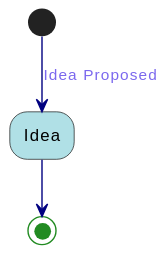
The PlantUML diagram docs/uml/format_webinar.svg in Idea-Pool/topics, before a commit.
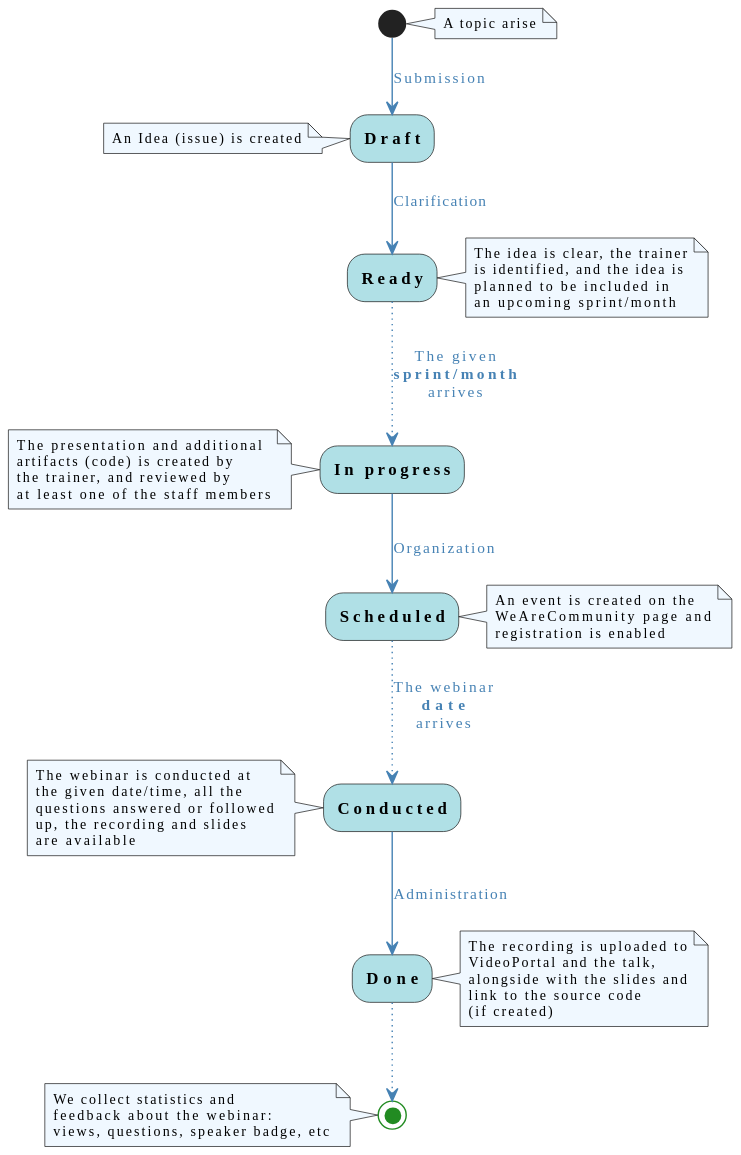
Above is the later version.

What changed in the source:
```diff
@@ -1,12 +1,71 @@
 @startuml
+skinparam defaultFontName Ubuntu Light
+skinparam backgroundColor transparent
+
 skinparam activity {
     BackgroundColor PowderBlue
-    ArrowColor Navy
-    ArrowFontColor MediumSlateBlue
+    StartColor ForestGreen
     EndColor ForestGreen
+    FontStyle bold
 }
 
-(*) -->[Idea Proposed] Idea
+skinparam arrow {
+    Color SteelBlue
+    FontColor SteelBlue
+}
 
-Idea --> (*)
+skinparam note {
+    BackgroundColor AliceBlue
+    FontSize 10
+}
+
+note right
+    A topic arise
+end note
+(*) -->[Submission] Draft
+note left
+    An Idea (issue) is created
+end note
+-->[Clarification] Ready
+note right
+    The idea is clear, the trainer
+    is identified, and the idea is
+    planned to be included in
+    an upcoming sprint/month
+end note
+..>[The given\n**sprint/month**\narrives] In progress
+note left
+    The presentation and additional
+    artifacts (code) is created by
+    the trainer, and reviewed by
+    at least one of the staff members
+end note
+-->[Organization] Scheduled
+note right
+    An event is created on the
+    WeAreCommunity page and
+    registration is enabled
+end note
+..>[The webinar\n**date**\narrives] Conducted
+note left
+    The webinar is conducted at
+    the given date/time, all the
+    questions answered or followed
+    up, the recording and slides
+    are available
+end note
+-->[Administration] Done
+note right
+    The recording is uploaded to
+    VideoPortal and the talk,
+    alongside with the slides and
+    link to the source code
+    (if created)
+end note
+..> (*)
+note left
+    We collect statistics and
+    feedback about the webinar:
+    views, questions, speaker badge, etc
+end note
 @enduml
```
